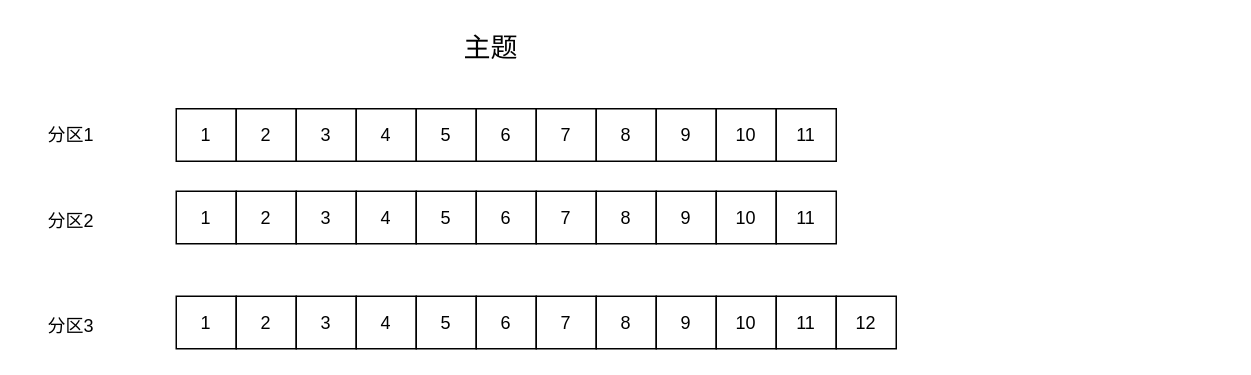
Before: kafka.drawio in linbingxing/mind, a draw.io diagram. Source tidied: cells renumbered, new cells numbered last; positions are measured from the earlier drawing's top-left corner, leaving out a move shared by most shapes. Both pictures are drawn from the tidied source at 150%, with x=0, y=0 at pixel (26, 26).
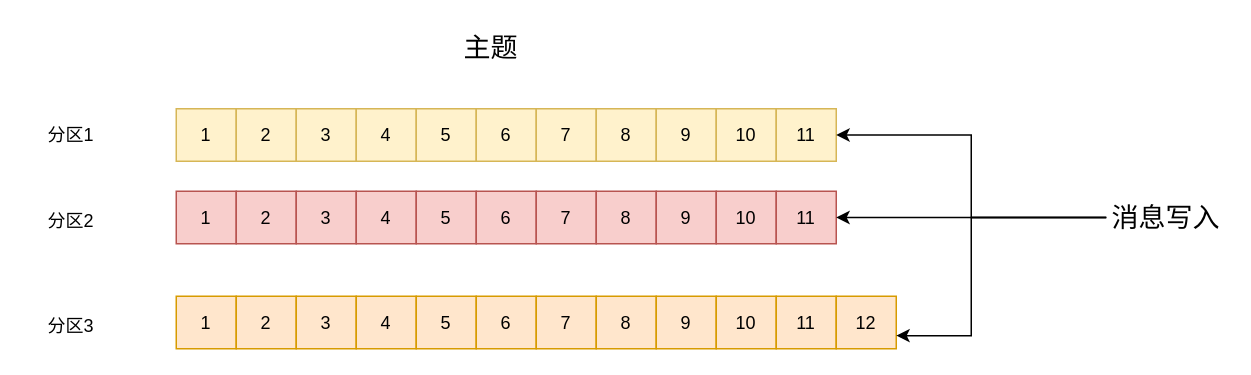
Above is the later version.

Change to the diagram source:
```diff
@@
-    <mxCell id="5" value="1" style="rounded=0;whiteSpace=wrap;html=1;" parent="1" vertex="1">
+    <mxCell id="5" value="1" style="rounded=0;whiteSpace=wrap;html=1;fillColor=#fff2cc;strokeColor=#d6b656;" parent="1" vertex="1">
       <mxGeometry x="100" y="55" width="40" height="35" as="geometry" />
     </mxCell>
-    <mxCell id="6" value="2" style="rounded=0;whiteSpace=wrap;html=1;" parent="1" vertex="1">
+    <mxCell id="6" value="2" style="rounded=0;whiteSpace=wrap;html=1;fillColor=#fff2cc;strokeColor=#d6b656;" parent="1" vertex="1">
       <mxGeometry x="140" y="55" width="40" height="35" as="geometry" />
     </mxCell>
-    <mxCell id="7" value="3" style="rounded=0;whiteSpace=wrap;html=1;" parent="1" vertex="1">
+    <mxCell id="7" value="3" style="rounded=0;whiteSpace=wrap;html=1;fillColor=#fff2cc;strokeColor=#d6b656;" parent="1" vertex="1">
       <mxGeometry x="180" y="55" width="40" height="35" as="geometry" />
     </mxCell>
-    <mxCell id="8" value="4" style="rounded=0;whiteSpace=wrap;html=1;" parent="1" vertex="1">
+    <mxCell id="8" value="4" style="rounded=0;whiteSpace=wrap;html=1;fillColor=#fff2cc;strokeColor=#d6b656;" parent="1" vertex="1">
       <mxGeometry x="220" y="55" width="40" height="35" as="geometry" />
     </mxCell>
-    <mxCell id="9" value="5" style="rounded=0;whiteSpace=wrap;html=1;" parent="1" vertex="1">
+    <mxCell id="9" value="5" style="rounded=0;whiteSpace=wrap;html=1;fillColor=#fff2cc;strokeColor=#d6b656;" parent="1" vertex="1">
       <mxGeometry x="260" y="55" width="40" height="35" as="geometry" />
     </mxCell>
-    <mxCell id="10" value="6" style="rounded=0;whiteSpace=wrap;html=1;" parent="1" vertex="1">
+    <mxCell id="10" value="6" style="rounded=0;whiteSpace=wrap;html=1;fillColor=#fff2cc;strokeColor=#d6b656;" parent="1" vertex="1">
       <mxGeometry x="300" y="55" width="40" height="35" as="geometry" />
     </mxCell>
-    <mxCell id="11" value="7" style="rounded=0;whiteSpace=wrap;html=1;" parent="1" vertex="1">
+    <mxCell id="11" value="7" style="rounded=0;whiteSpace=wrap;html=1;fillColor=#fff2cc;strokeColor=#d6b656;" parent="1" vertex="1">
       <mxGeometry x="340" y="55" width="40" height="35" as="geometry" />
     </mxCell>
-    <mxCell id="12" value="8" style="rounded=0;whiteSpace=wrap;html=1;" parent="1" vertex="1">
+    <mxCell id="12" value="8" style="rounded=0;whiteSpace=wrap;html=1;fillColor=#fff2cc;strokeColor=#d6b656;" parent="1" vertex="1">
       <mxGeometry x="380" y="55" width="40" height="35" as="geometry" />
     </mxCell>
-    <mxCell id="13" value="9" style="rounded=0;whiteSpace=wrap;html=1;" parent="1" vertex="1">
+    <mxCell id="13" value="9" style="rounded=0;whiteSpace=wrap;html=1;fillColor=#fff2cc;strokeColor=#d6b656;" parent="1" vertex="1">
       <mxGeometry x="420" y="55" width="40" height="35" as="geometry" />
     </mxCell>
-    <mxCell id="14" value="10" style="rounded=0;whiteSpace=wrap;html=1;" parent="1" vertex="1">
+    <mxCell id="14" value="10" style="rounded=0;whiteSpace=wrap;html=1;fillColor=#fff2cc;strokeColor=#d6b656;" parent="1" vertex="1">
       <mxGeometry x="460" y="55" width="40" height="35" as="geometry" />
     </mxCell>
-    <mxCell id="15" value="11" style="rounded=0;whiteSpace=wrap;html=1;" parent="1" vertex="1">
+    <mxCell id="15" value="11" style="rounded=0;whiteSpace=wrap;html=1;fillColor=#fff2cc;strokeColor=#d6b656;" parent="1" vertex="1">
       <mxGeometry x="500" y="55" width="40" height="35" as="geometry" />
     </mxCell>
-    <mxCell id="16" value="1" style="rounded=0;whiteSpace=wrap;html=1;" parent="1" vertex="1">
+    <mxCell id="16" value="1" style="rounded=0;whiteSpace=wrap;html=1;fillColor=#f8cecc;strokeColor=#b85450;" parent="1" vertex="1">
       <mxGeometry x="100" y="110" width="40" height="35" as="geometry" />
     </mxCell>
-    <mxCell id="17" value="2" style="rounded=0;whiteSpace=wrap;html=1;" parent="1" vertex="1">
+    <mxCell id="17" value="2" style="rounded=0;whiteSpace=wrap;html=1;fillColor=#f8cecc;strokeColor=#b85450;" parent="1" vertex="1">
       <mxGeometry x="140" y="110" width="40" height="35" as="geometry" />
     </mxCell>
-    <mxCell id="18" value="3" style="rounded=0;whiteSpace=wrap;html=1;" parent="1" vertex="1">
+    <mxCell id="18" value="3" style="rounded=0;whiteSpace=wrap;html=1;fillColor=#f8cecc;strokeColor=#b85450;" parent="1" vertex="1">
       <mxGeometry x="180" y="110" width="40" height="35" as="geometry" />
     </mxCell>
-    <mxCell id="19" value="4" style="rounded=0;whiteSpace=wrap;html=1;" parent="1" vertex="1">
+    <mxCell id="19" value="4" style="rounded=0;whiteSpace=wrap;html=1;fillColor=#f8cecc;strokeColor=#b85450;" parent="1" vertex="1">
       <mxGeometry x="220" y="110" width="40" height="35" as="geometry" />
     </mxCell>
-    <mxCell id="20" value="5" style="rounded=0;whiteSpace=wrap;html=1;" parent="1" vertex="1">
+    <mxCell id="20" value="5" style="rounded=0;whiteSpace=wrap;html=1;fillColor=#f8cecc;strokeColor=#b85450;" parent="1" vertex="1">
       <mxGeometry x="260" y="110" width="40" height="35" as="geometry" />
     </mxCell>
-    <mxCell id="21" value="6" style="rounded=0;whiteSpace=wrap;html=1;" parent="1" vertex="1">
+    <mxCell id="21" value="6" style="rounded=0;whiteSpace=wrap;html=1;fillColor=#f8cecc;strokeColor=#b85450;" parent="1" vertex="1">
       <mxGeometry x="300" y="110" width="40" height="35" as="geometry" />
     </mxCell>
-    <mxCell id="22" value="7" style="rounded=0;whiteSpace=wrap;html=1;" parent="1" vertex="1">
+    <mxCell id="22" value="7" style="rounded=0;whiteSpace=wrap;html=1;fillColor=#f8cecc;strokeColor=#b85450;" parent="1" vertex="1">
       <mxGeometry x="340" y="110" width="40" height="35" as="geometry" />
     </mxCell>
-    <mxCell id="23" value="8" style="rounded=0;whiteSpace=wrap;html=1;" parent="1" vertex="1">
+    <mxCell id="23" value="8" style="rounded=0;whiteSpace=wrap;html=1;fillColor=#f8cecc;strokeColor=#b85450;" parent="1" vertex="1">
       <mxGeometry x="380" y="110" width="40" height="35" as="geometry" />
     </mxCell>
-    <mxCell id="24" value="9" style="rounded=0;whiteSpace=wrap;html=1;" parent="1" vertex="1">
+    <mxCell id="24" value="9" style="rounded=0;whiteSpace=wrap;html=1;fillColor=#f8cecc;strokeColor=#b85450;" parent="1" vertex="1">
       <mxGeometry x="420" y="110" width="40" height="35" as="geometry" />
     </mxCell>
-    <mxCell id="25" value="10" style="rounded=0;whiteSpace=wrap;html=1;" parent="1" vertex="1">
+    <mxCell id="25" value="10" style="rounded=0;whiteSpace=wrap;html=1;fillColor=#f8cecc;strokeColor=#b85450;" parent="1" vertex="1">
       <mxGeometry x="460" y="110" width="40" height="35" as="geometry" />
     </mxCell>
-    <mxCell id="26" value="11" style="rounded=0;whiteSpace=wrap;html=1;" parent="1" vertex="1">
+    <mxCell id="26" value="11" style="rounded=0;whiteSpace=wrap;html=1;fillColor=#f8cecc;strokeColor=#b85450;" parent="1" vertex="1">
       <mxGeometry x="500" y="110" width="40" height="35" as="geometry" />
     </mxCell>
-    <mxCell id="27" value="1" style="rounded=0;whiteSpace=wrap;html=1;" parent="1" vertex="1">
+    <mxCell id="27" value="1" style="rounded=0;whiteSpace=wrap;html=1;fillColor=#ffe6cc;strokeColor=#d79b00;" parent="1" vertex="1">
       <mxGeometry x="100" y="180" width="40" height="35" as="geometry" />
     </mxCell>
-    <mxCell id="28" value="2" style="rounded=0;whiteSpace=wrap;html=1;" parent="1" vertex="1">
+    <mxCell id="28" value="2" style="rounded=0;whiteSpace=wrap;html=1;fillColor=#ffe6cc;strokeColor=#d79b00;" parent="1" vertex="1">
       <mxGeometry x="140" y="180" width="40" height="35" as="geometry" />
     </mxCell>
-    <mxCell id="29" value="3" style="rounded=0;whiteSpace=wrap;html=1;" parent="1" vertex="1">
+    <mxCell id="29" value="3" style="rounded=0;whiteSpace=wrap;html=1;fillColor=#ffe6cc;strokeColor=#d79b00;" parent="1" vertex="1">
       <mxGeometry x="180" y="180" width="40" height="35" as="geometry" />
     </mxCell>
-    <mxCell id="30" value="4" style="rounded=0;whiteSpace=wrap;html=1;" parent="1" vertex="1">
+    <mxCell id="30" value="4" style="rounded=0;whiteSpace=wrap;html=1;fillColor=#ffe6cc;strokeColor=#d79b00;" parent="1" vertex="1">
       <mxGeometry x="220" y="180" width="40" height="35" as="geometry" />
     </mxCell>
-    <mxCell id="31" value="5" style="rounded=0;whiteSpace=wrap;html=1;" parent="1" vertex="1">
+    <mxCell id="31" value="5" style="rounded=0;whiteSpace=wrap;html=1;fillColor=#ffe6cc;strokeColor=#d79b00;" parent="1" vertex="1">
       <mxGeometry x="260" y="180" width="40" height="35" as="geometry" />
     </mxCell>
-    <mxCell id="32" value="6" style="rounded=0;whiteSpace=wrap;html=1;" parent="1" vertex="1">
+    <mxCell id="32" value="6" style="rounded=0;whiteSpace=wrap;html=1;fillColor=#ffe6cc;strokeColor=#d79b00;" parent="1" vertex="1">
       <mxGeometry x="300" y="180" width="40" height="35" as="geometry" />
     </mxCell>
-    <mxCell id="33" value="7" style="rounded=0;whiteSpace=wrap;html=1;" parent="1" vertex="1">
+    <mxCell id="33" value="7" style="rounded=0;whiteSpace=wrap;html=1;fillColor=#ffe6cc;strokeColor=#d79b00;" parent="1" vertex="1">
       <mxGeometry x="340" y="180" width="40" height="35" as="geometry" />
     </mxCell>
-    <mxCell id="34" value="8" style="rounded=0;whiteSpace=wrap;html=1;" parent="1" vertex="1">
+    <mxCell id="34" value="8" style="rounded=0;whiteSpace=wrap;html=1;fillColor=#ffe6cc;strokeColor=#d79b00;" parent="1" vertex="1">
       <mxGeometry x="380" y="180" width="40" height="35" as="geometry" />
     </mxCell>
-    <mxCell id="35" value="9" style="rounded=0;whiteSpace=wrap;html=1;" parent="1" vertex="1">
+    <mxCell id="35" value="9" style="rounded=0;whiteSpace=wrap;html=1;fillColor=#ffe6cc;strokeColor=#d79b00;" parent="1" vertex="1">
       <mxGeometry x="420" y="180" width="40" height="35" as="geometry" />
     </mxCell>
-    <mxCell id="36" value="10" style="rounded=0;whiteSpace=wrap;html=1;" parent="1" vertex="1">
+    <mxCell id="36" value="10" style="rounded=0;whiteSpace=wrap;html=1;fillColor=#ffe6cc;strokeColor=#d79b00;" parent="1" vertex="1">
       <mxGeometry x="460" y="180" width="40" height="35" as="geometry" />
     </mxCell>
-    <mxCell id="37" value="11" style="rounded=0;whiteSpace=wrap;html=1;" parent="1" vertex="1">
+    <mxCell id="37" value="11" style="rounded=0;whiteSpace=wrap;html=1;fillColor=#ffe6cc;strokeColor=#d79b00;" parent="1" vertex="1">
       <mxGeometry x="500" y="180" width="40" height="35" as="geometry" />
     </mxCell>
-    <mxCell id="38" value="12" style="rounded=0;whiteSpace=wrap;html=1;" parent="1" vertex="1">
+    <mxCell id="38" value="12" style="rounded=0;whiteSpace=wrap;html=1;fillColor=#ffe6cc;strokeColor=#d79b00;" parent="1" vertex="1">
       <mxGeometry x="540" y="180" width="40" height="35" as="geometry" />
     </mxCell>
@@
+    <mxCell id="40" style="edgeStyle=orthogonalEdgeStyle;rounded=0;jettySize=auto;html=1;entryX=1;entryY=0.5;entryDx=0;entryDy=0;fontSize=18;" parent="1" edge="1" source="43" target="15">
+      <mxGeometry relative="1" as="geometry" />
+    </mxCell>
+    <mxCell id="41" style="edgeStyle=orthogonalEdgeStyle;rounded=0;jettySize=auto;html=1;entryX=1;entryY=0.5;entryDx=0;entryDy=0;fontSize=18;" parent="1" edge="1" source="43" target="26">
+      <mxGeometry relative="1" as="geometry" />
+    </mxCell>
+    <mxCell id="42" style="edgeStyle=orthogonalEdgeStyle;rounded=0;jettySize=auto;html=1;entryX=1;entryY=0.75;entryDx=0;entryDy=0;fontSize=18;" parent="1" edge="1" source="43" target="38">
+      <mxGeometry relative="1" as="geometry">
+        <Array as="points">
+          <mxPoint x="630" y="128" />
+          <mxPoint x="630" y="206" />
+        </Array>
+      </mxGeometry>
+    </mxCell>
+    <mxCell id="43" value="消息写入" style="text;html=1;strokeColor=none;fillColor=none;align=center;verticalAlign=middle;whiteSpace=wrap;rounded=0;fontSize=18;" parent="1" vertex="1">
+      <mxGeometry x="720" y="112.5" width="80" height="30" as="geometry" />
+    </mxCell>
```
